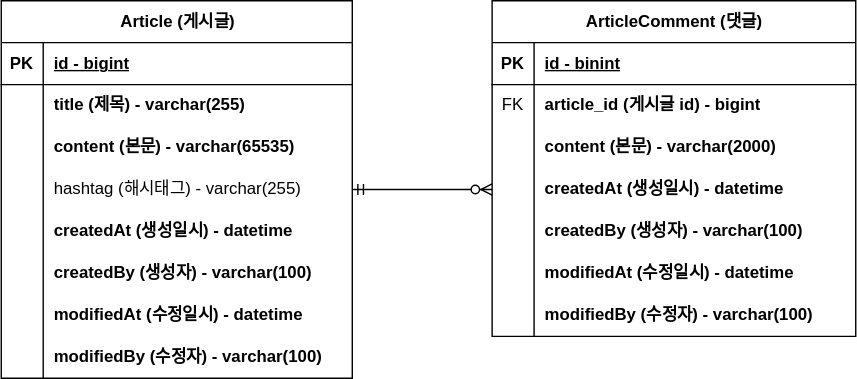
This is document/project-board-erd.svg from bonggyoson/Toy-project-board, a draw.io export, as it was before one commit. Source tidied: cells renumbered, new cells last; positions are measured from the earlier drawing's top-left corner, leaving out a move shared by most shapes.
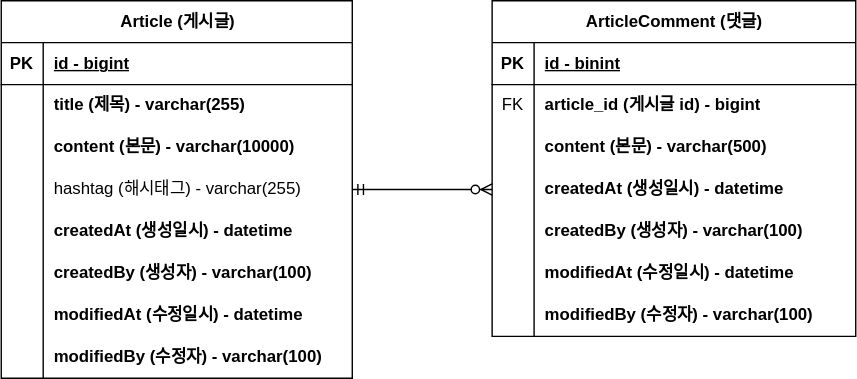
The same diagram one commit later.

Commit message:
#13 - erd 업데이트: content 사이즈 변경

What changed in the source:
```diff
@@ -2,16 +2,6 @@
   <root>
     <mxCell id="0" />
     <mxCell id="1" parent="0" />
-    <mxCell id="2" style="edgeStyle=entityRelationEdgeStyle;endArrow=ERzeroToMany;startArrow=ERone;endFill=1;startFill=0;" parent="1" edge="1" target="x">
-      <mxGeometry relative="1" as="geometry">
-        <mxPoint x="331" y="125" as="sourcePoint" />
-      </mxGeometry>
-    </mxCell>
-    <mxCell id="3" style="edgeStyle=entityRelationEdgeStyle;endArrow=ERzeroToMany;startArrow=ERone;endFill=1;startFill=0;" parent="1" edge="1" target="x">
-      <mxGeometry relative="1" as="geometry">
-        <mxPoint x="661" y="125" as="sourcePoint" />
-      </mxGeometry>
-    </mxCell>
     <mxCell id="4" value="Article (게시글)" style="shape=table;startSize=30;rowLines=0;fontStyle=1;align=center;html=1;" parent="1" vertex="1">
       <mxGeometry width="251" height="270" as="geometry" />
     </mxCell>
@@ -39,7 +29,7 @@
     <mxCell id="12" style="shape=partialRectangle;fillColor=none;top=0;left=0;bottom=0;right=0;overflow=hidden;whiteSpace=wrap;html=1;" parent="11" vertex="1">
       <mxGeometry width="30" height="30" as="geometry" />
     </mxCell>
-    <mxCell id="13" value="content (본문) - varchar(65535)" style="shape=partialRectangle;fillColor=none;top=0;left=0;bottom=0;right=0;align=left;spacingLeft=6;overflow=hidden;whiteSpace=wrap;html=1;fontStyle=1;" parent="11" vertex="1">
+    <mxCell id="13" value="content (본문) - varchar(10000)" style="shape=partialRectangle;fillColor=none;top=0;left=0;bottom=0;right=0;align=left;spacingLeft=6;overflow=hidden;whiteSpace=wrap;html=1;fontStyle=1;" parent="11" vertex="1">
       <mxGeometry x="30" width="221" height="30" as="geometry" />
     </mxCell>
     <mxCell id="14" style="shape=tableRow;horizontal=0;startSize=0;swimlaneHead=0;swimlaneBody=0;fillColor=none;points=[[0,0.5],[1,0.5]];portConstraint=eastwest;top=0;left=0;right=0;bottom=0;" parent="4" vertex="1">
@@ -114,7 +104,7 @@
     <mxCell id="37" style="shape=partialRectangle;fillColor=none;top=0;left=0;bottom=0;right=0;overflow=hidden;whiteSpace=wrap;html=1;" parent="36" vertex="1">
       <mxGeometry width="30" height="30" as="geometry" />
     </mxCell>
-    <mxCell id="38" value="content (본문) - varchar(2000)" style="shape=partialRectangle;fillColor=none;top=0;left=0;bottom=0;right=0;align=left;spacingLeft=6;overflow=hidden;whiteSpace=wrap;html=1;fontStyle=1;" parent="36" vertex="1">
+    <mxCell id="38" value="content (본문) - varchar(500)" style="shape=partialRectangle;fillColor=none;top=0;left=0;bottom=0;right=0;align=left;spacingLeft=6;overflow=hidden;whiteSpace=wrap;html=1;fontStyle=1;" parent="36" vertex="1">
       <mxGeometry x="30" width="230" height="30" as="geometry" />
     </mxCell>
     <mxCell id="39" style="shape=tableRow;horizontal=0;startSize=0;swimlaneHead=0;swimlaneBody=0;fillColor=none;points=[[0,0.5],[1,0.5]];portConstraint=eastwest;top=0;left=0;right=0;bottom=0;" parent="29" vertex="1">
```
